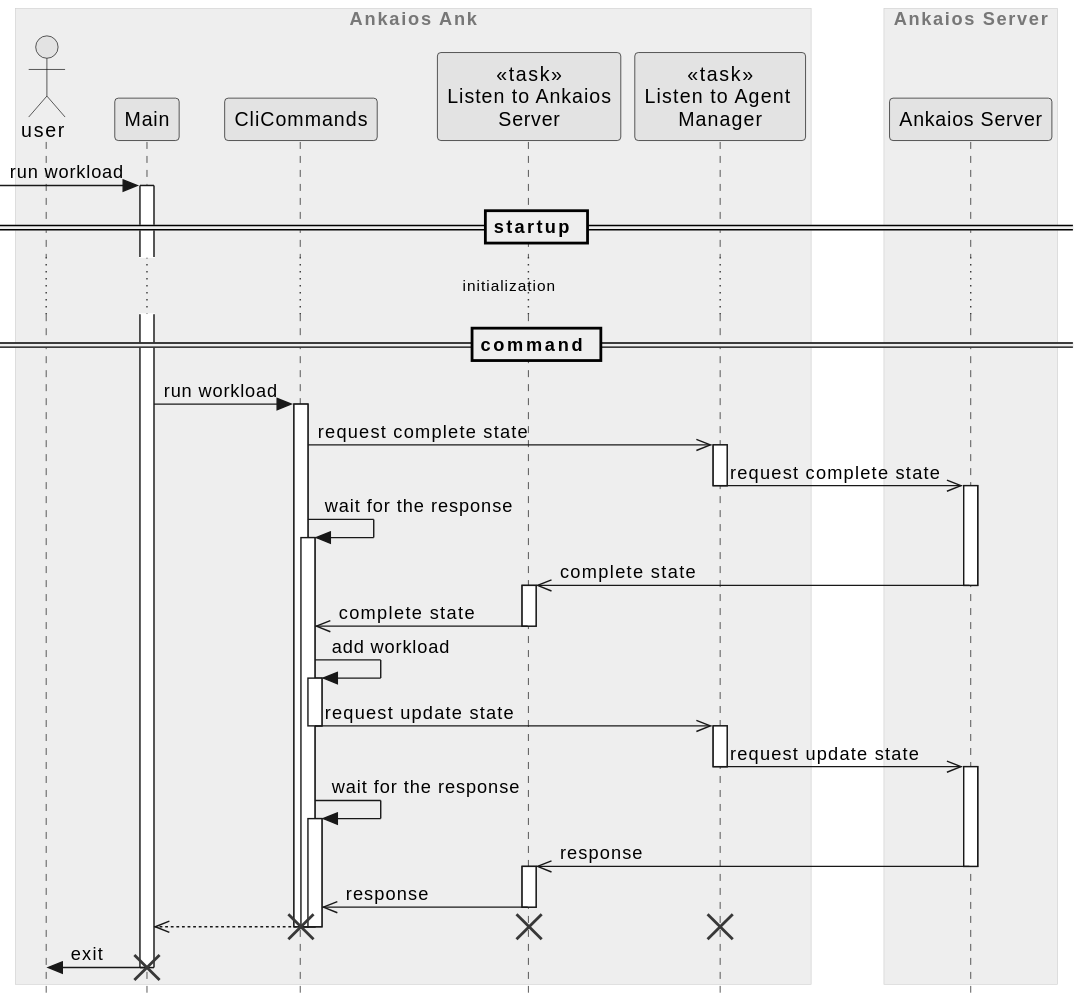
Earlier version of the PlantUML export ank/doc/swdesign/plantuml/seq_run_workload.svg (eclipse-ankaios/ankaios).
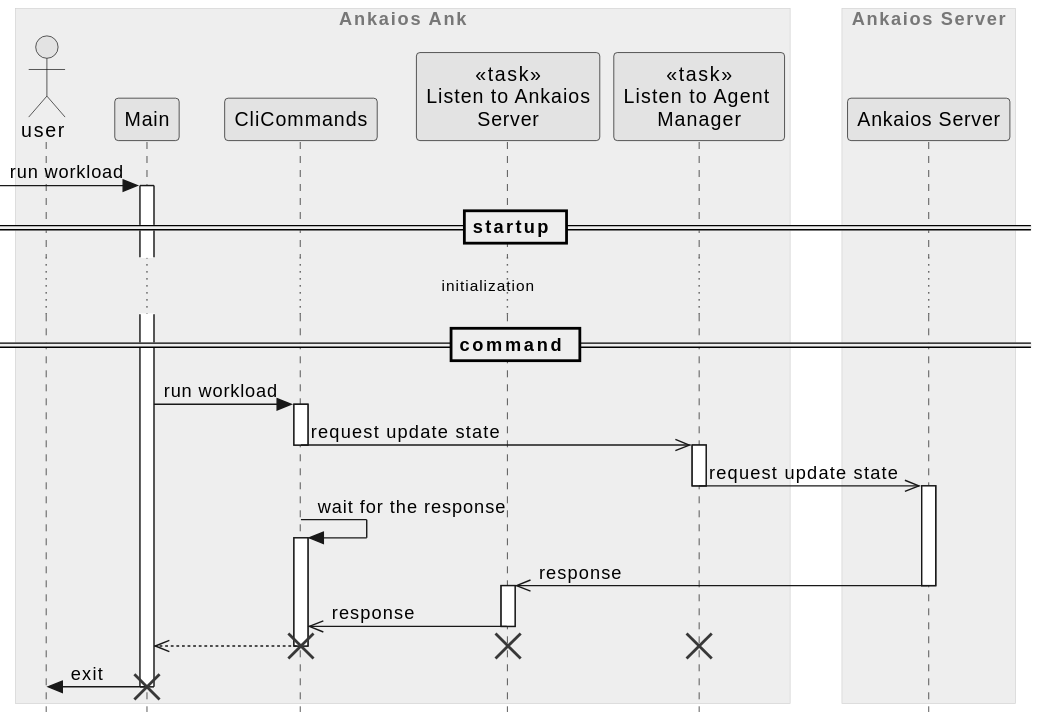
The same file after the commit.

What changed in the source:
```diff
@@ -23,15 +23,6 @@
 
 main -> cli_commands ++ : run workload
 
-cli_commands ->> listen_to_manager ++: request complete state
-listen_to_manager ->> server --++ : request complete state
-
-cli_commands -> cli_commands ++: wait for the response
-
-listen_to_server <<- server --++: complete state
-listen_to_server ->> cli_commands --: complete state
-cli_commands -> cli_commands ++: add workload
-
 cli_commands ->> listen_to_manager --++: request update state
 listen_to_manager ->> server --++ : request update state
 
```
